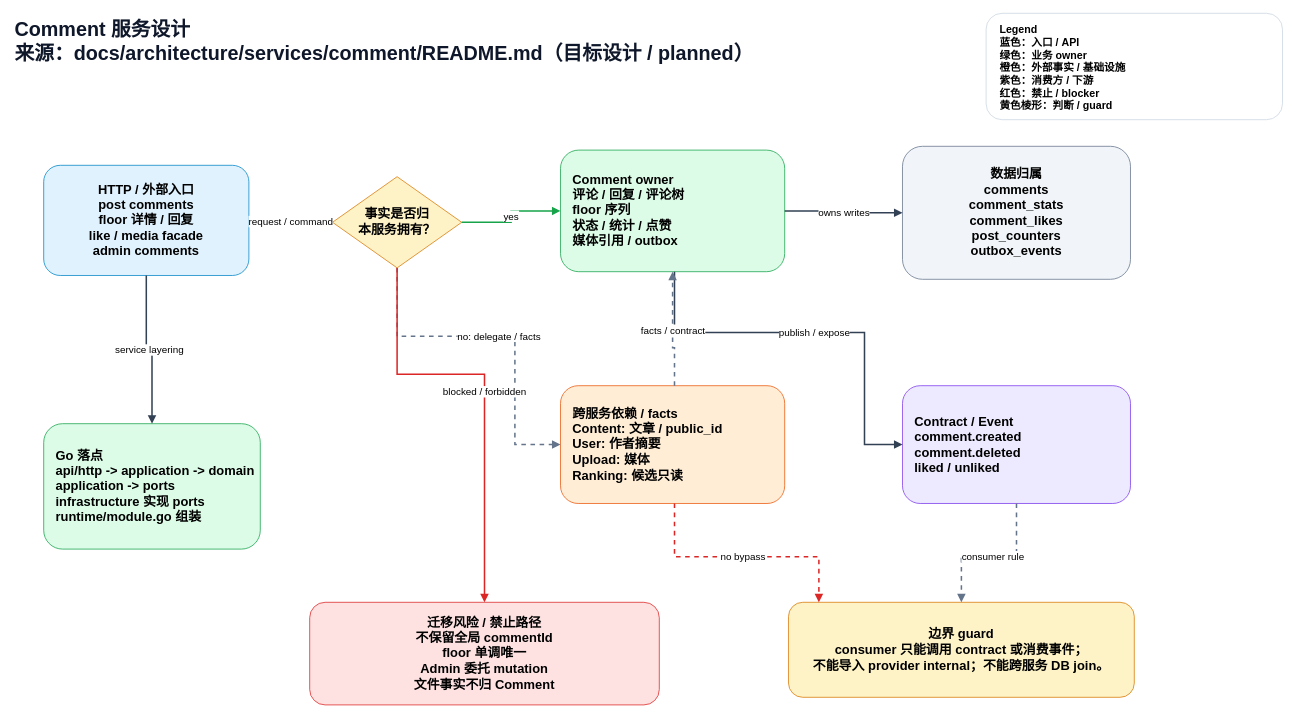
The draw.io diagram page "Comment" (5 of 13) of docs/architecture/services/_overview/service-design.drawio in architectcgz/zhicore-go, before the edit. Source tidied: cells renumbered, new cells numbered last; positions are measured from the earlier drawing's top-left corner, leaving out a move shared by most shapes. Both pictures are drawn from the tidied source at 76%, with x=0, y=0 at pixel (13, 13).
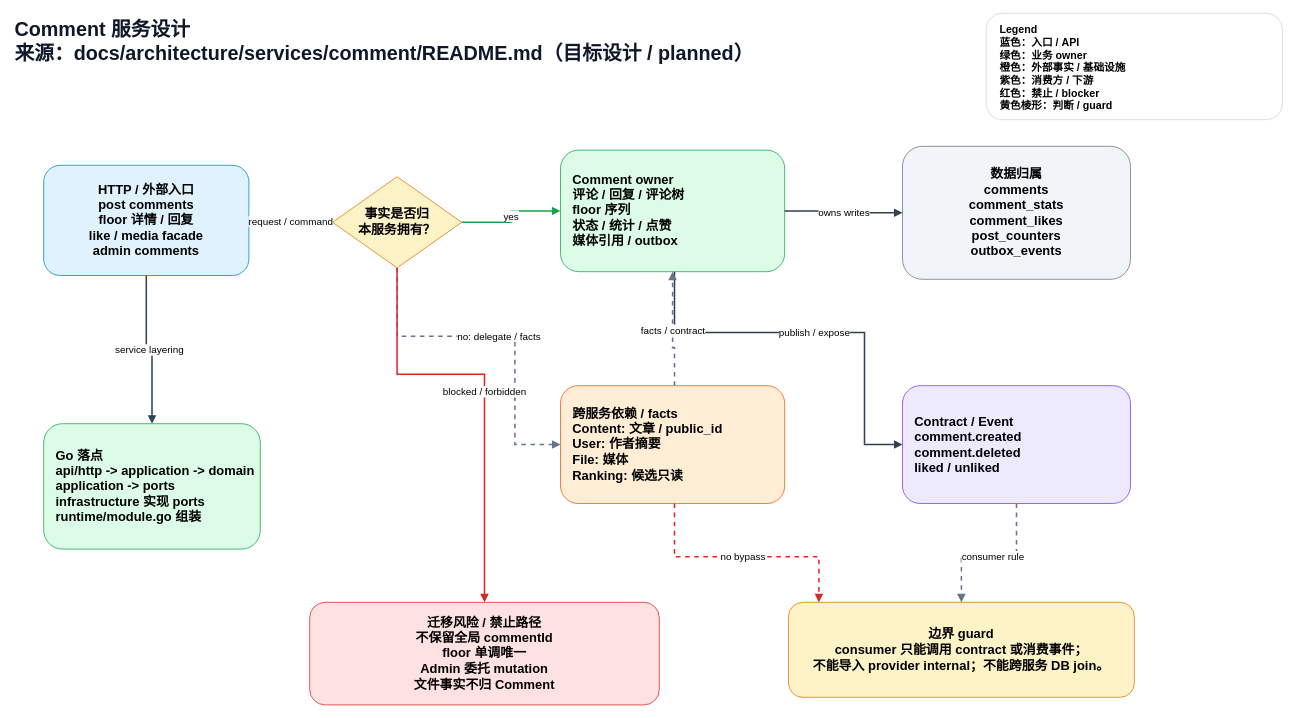
The same page after the edit.

Change to the diagram source:
```diff
@@
-    <mxCell id="9" value="跨服务依赖 / facts&#10;Content: 文章 / public_id&#10;User: 作者摘要&#10;Upload: 媒体&#10;Ranking: 候选只读" style="rounded=1;whiteSpace=wrap;html=1;fillColor=#ffedd5;strokeColor=#ea580c;fontSize=17;fontStyle=1;align=left;verticalAlign=middle;spacing=6;spacingLeft=10;" parent="1" vertex="1">
+    <mxCell id="9" value="跨服务依赖 / facts&#10;Content: 文章 / public_id&#10;User: 作者摘要&#10;File: 媒体&#10;Ranking: 候选只读" style="rounded=1;whiteSpace=wrap;html=1;fillColor=#ffedd5;strokeColor=#ea580c;fontSize=17;fontStyle=1;align=left;verticalAlign=middle;spacing=6;spacingLeft=10;" parent="1" vertex="1">
       <mxGeometry x="720" y="490" width="295" height="155" as="geometry" />
     </mxCell>
```
